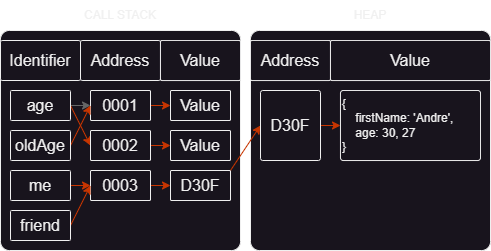
This is resources/images/javascript/primitive-reference-types.png from awcoetzer/awcoetzer.github.io, a draw.io export, as it was before one commit. Source tidied: cells renumbered, new cells last; positions are measured from the earlier drawing's top-left corner, leaving out a move shared by most shapes.
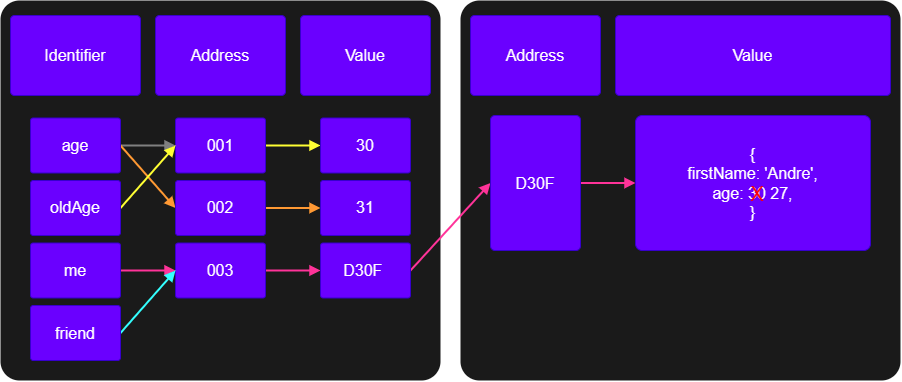
The same diagram one commit later.

What changed in the source:
```diff
@@ -2,98 +2,95 @@
   <root>
     <mxCell id="0" />
     <mxCell id="1" parent="0" />
-    <mxCell id="2" style="rounded=1;whiteSpace=wrap;html=1;arcSize=4;" parent="1" vertex="1">
-      <mxGeometry x="250" y="30" width="240" height="220" as="geometry" />
+    <mxCell id="2" style="rounded=1;whiteSpace=wrap;html=1;arcSize=5;strokeColor=none;fillColor=#1A1A1A;" parent="1" vertex="1">
+      <mxGeometry x="-1160" y="-50" width="440" height="380" as="geometry" />
     </mxCell>
-    <mxCell id="3" style="rounded=1;whiteSpace=wrap;html=1;arcSize=4;" parent="1" vertex="1">
-      <mxGeometry y="30" width="240" height="220" as="geometry" />
+    <mxCell id="3" style="rounded=1;whiteSpace=wrap;html=1;arcSize=5;strokeColor=none;fillColor=#1A1A1A;" parent="1" vertex="1">
+      <mxGeometry x="-700" y="-50" width="440" height="380" as="geometry" />
     </mxCell>
-    <mxCell id="4" value="&lt;font style=&quot;font-size: 16px;&quot;&gt;Identifier&lt;/font&gt;" style="rounded=1;whiteSpace=wrap;html=1;arcSize=4;" parent="1" vertex="1">
-      <mxGeometry y="40" width="80" height="40" as="geometry" />
+    <mxCell id="4" value="Identifier" style="rounded=1;whiteSpace=wrap;html=1;arcSize=5;strokeColor=#3700CC;fillColor=#6a00ff;fontColor=#ffffff;fontSize=16;" parent="1" vertex="1">
+      <mxGeometry x="-1150" y="-35" width="130" height="80" as="geometry" />
     </mxCell>
-    <mxCell id="5" value="&lt;font style=&quot;font-size: 16px;&quot;&gt;Address&lt;/font&gt;" style="rounded=1;whiteSpace=wrap;html=1;arcSize=4;" parent="1" vertex="1">
-      <mxGeometry x="80" y="40" width="80" height="40" as="geometry" />
+    <mxCell id="5" value="Address" style="rounded=1;whiteSpace=wrap;html=1;arcSize=5;strokeColor=#3700CC;fillColor=#6a00ff;fontColor=#ffffff;fontSize=16;" parent="1" vertex="1">
+      <mxGeometry x="-1005" y="-35" width="130" height="80" as="geometry" />
     </mxCell>
-    <mxCell id="6" value="&lt;font style=&quot;font-size: 16px;&quot;&gt;Value&lt;/font&gt;" style="rounded=1;whiteSpace=wrap;html=1;arcSize=4;" parent="1" vertex="1">
-      <mxGeometry x="160" y="40" width="80" height="40" as="geometry" />
+    <mxCell id="6" value="Value" style="rounded=1;whiteSpace=wrap;html=1;arcSize=5;strokeColor=#3700CC;fillColor=#6a00ff;fontColor=#ffffff;fontSize=16;" parent="1" vertex="1">
+      <mxGeometry x="-860" y="-35" width="130" height="80" as="geometry" />
     </mxCell>
-    <mxCell id="7" value="&lt;font style=&quot;font-size: 16px;&quot;&gt;Address&lt;/font&gt;" style="rounded=1;whiteSpace=wrap;html=1;arcSize=4;" parent="1" vertex="1">
-      <mxGeometry x="250" y="40" width="80" height="40" as="geometry" />
+    <mxCell id="7" value="Address" style="rounded=1;whiteSpace=wrap;html=1;arcSize=5;strokeColor=#3700CC;fillColor=#6a00ff;fontColor=#ffffff;fontSize=16;" parent="1" vertex="1">
+      <mxGeometry x="-690" y="-35" width="130" height="80" as="geometry" />
     </mxCell>
-    <mxCell id="8" value="&lt;font style=&quot;font-size: 16px;&quot;&gt;Value&lt;/font&gt;" style="rounded=1;whiteSpace=wrap;html=1;arcSize=4;" parent="1" vertex="1">
-      <mxGeometry x="330" y="40" width="160" height="40" as="geometry" />
+    <mxCell id="8" style="edgeStyle=orthogonalEdgeStyle;rounded=0;jettySize=auto;html=1;exitX=1;exitY=0.5;exitDx=0;exitDy=0;strokeWidth=2;fontSize=16;fontColor=#1A1A1A;startArrow=none;startFill=0;endArrow=block;endFill=1;strokeColor=#808080;" parent="1" edge="1" source="10" target="12">
+      <mxGeometry relative="1" as="geometry" />
     </mxCell>
-    <mxCell id="9" style="edgeStyle=none;rounded=0;jettySize=auto;html=1;exitX=1;exitY=0.5;exitDx=0;exitDy=0;entryX=0;entryY=0.5;entryDx=0;entryDy=0;fontSize=12;fillColor=#f5f5f5;strokeColor=#666666;" parent="1" edge="1" source="11" target="13">
+    <mxCell id="9" style="rounded=0;jettySize=auto;html=1;exitX=1;exitY=0.5;exitDx=0;exitDy=0;entryX=0;entryY=0.5;entryDx=0;entryDy=0;strokeColor=#FF9933;strokeWidth=2;fontSize=16;fontColor=#1A1A1A;startArrow=none;startFill=0;endArrow=block;endFill=1;" parent="1" edge="1" source="10" target="17">
       <mxGeometry relative="1" as="geometry" />
     </mxCell>
-    <mxCell id="10" style="edgeStyle=none;rounded=0;jettySize=auto;html=1;exitX=1;exitY=0.5;exitDx=0;exitDy=0;entryX=0;entryY=0.5;entryDx=0;entryDy=0;fontSize=12;fillColor=#fa6800;strokeColor=#C73500;" parent="1" edge="1" source="11" target="18">
-      <mxGeometry relative="1" as="geometry" />
+    <mxCell id="10" value="age" style="rounded=1;whiteSpace=wrap;html=1;arcSize=5;strokeColor=#3700CC;fillColor=#6a00ff;fontColor=#ffffff;fontSize=16;" parent="1" vertex="1">
+      <mxGeometry x="-1130" y="67.5" width="90" height="55" as="geometry" />
     </mxCell>
-    <mxCell id="11" value="&lt;font style=&quot;font-size: 16px;&quot;&gt;age&lt;/font&gt;" style="rounded=1;whiteSpace=wrap;html=1;arcSize=4;" parent="1" vertex="1">
-      <mxGeometry x="10" y="90" width="60" height="30" as="geometry" />
+    <mxCell id="11" style="edgeStyle=none;rounded=0;jettySize=auto;html=1;exitX=1;exitY=0.5;exitDx=0;exitDy=0;entryX=0;entryY=0.5;entryDx=0;entryDy=0;strokeColor=#FFFF33;strokeWidth=2;fontSize=16;fontColor=#1A1A1A;startArrow=none;startFill=0;endArrow=block;endFill=1;" parent="1" edge="1" source="12" target="13">
+      <mxGeometry relative="1" as="geometry" />
     </mxCell>
-    <mxCell id="12" style="edgeStyle=none;rounded=0;jettySize=auto;html=1;exitX=1;exitY=0.5;exitDx=0;exitDy=0;entryX=0;entryY=0.5;entryDx=0;entryDy=0;fontSize=12;fillColor=#fa6800;strokeColor=#C73500;" parent="1" edge="1" source="13" target="14">
-      <mxGeometry relative="1" as="geometry" />
+    <mxCell id="12" value="001" style="rounded=1;whiteSpace=wrap;html=1;arcSize=5;strokeColor=#3700CC;fillColor=#6a00ff;fontColor=#ffffff;fontSize=16;" parent="1" vertex="1">
+      <mxGeometry x="-985" y="67.5" width="90" height="55" as="geometry" />
     </mxCell>
-    <mxCell id="13" value="&lt;font style=&quot;font-size: 16px;&quot;&gt;0001&lt;/font&gt;" style="rounded=1;whiteSpace=wrap;html=1;arcSize=4;" parent="1" vertex="1">
-      <mxGeometry x="90" y="90" width="60" height="30" as="geometry" />
+    <mxCell id="13" value="30" style="rounded=1;whiteSpace=wrap;html=1;arcSize=5;strokeColor=#3700CC;fillColor=#6a00ff;fontColor=#ffffff;fontSize=16;" parent="1" vertex="1">
+      <mxGeometry x="-840" y="67.5" width="90" height="55" as="geometry" />
     </mxCell>
-    <mxCell id="14" value="&lt;font style=&quot;font-size: 16px;&quot;&gt;Value&lt;/font&gt;" style="rounded=1;whiteSpace=wrap;html=1;arcSize=4;" parent="1" vertex="1">
-      <mxGeometry x="170" y="90" width="60" height="30" as="geometry" />
+    <mxCell id="14" style="edgeStyle=none;rounded=0;jettySize=auto;html=1;exitX=1;exitY=0.5;exitDx=0;exitDy=0;entryX=0;entryY=0.5;entryDx=0;entryDy=0;strokeColor=#FFFF33;strokeWidth=2;fontSize=16;fontColor=#1A1A1A;startArrow=none;startFill=0;endArrow=block;endFill=1;" parent="1" edge="1" source="15" target="12">
+      <mxGeometry relative="1" as="geometry" />
     </mxCell>
-    <mxCell id="15" style="edgeStyle=none;rounded=0;jettySize=auto;html=1;exitX=1;exitY=0.5;exitDx=0;exitDy=0;entryX=0;entryY=0.5;entryDx=0;entryDy=0;fontSize=12;fillColor=#fa6800;strokeColor=#C73500;" parent="1" edge="1" source="16" target="13">
-      <mxGeometry relative="1" as="geometry" />
+    <mxCell id="15" value="oldAge" style="rounded=1;whiteSpace=wrap;html=1;arcSize=5;strokeColor=#3700CC;fillColor=#6a00ff;fontColor=#ffffff;fontSize=16;" parent="1" vertex="1">
+      <mxGeometry x="-1130" y="130" width="90" height="55" as="geometry" />
     </mxCell>
-    <mxCell id="16" value="&lt;font style=&quot;font-size: 16px;&quot;&gt;oldAge&lt;/font&gt;" style="rounded=1;whiteSpace=wrap;html=1;arcSize=4;" parent="1" vertex="1">
-      <mxGeometry x="10" y="130" width="60" height="30" as="geometry" />
+    <mxCell id="16" style="edgeStyle=none;rounded=0;jettySize=auto;html=1;exitX=1;exitY=0.5;exitDx=0;exitDy=0;entryX=0;entryY=0.5;entryDx=0;entryDy=0;strokeColor=#FF9933;strokeWidth=2;fontSize=16;fontColor=#1A1A1A;startArrow=none;startFill=0;endArrow=block;endFill=1;" parent="1" edge="1" source="17" target="18">
+      <mxGeometry relative="1" as="geometry" />
     </mxCell>
-    <mxCell id="17" style="edgeStyle=none;rounded=0;jettySize=auto;html=1;exitX=1;exitY=0.5;exitDx=0;exitDy=0;entryX=0;entryY=0.5;entryDx=0;entryDy=0;fontSize=12;fillColor=#fa6800;strokeColor=#C73500;" parent="1" edge="1" source="18" target="19">
-      <mxGeometry relative="1" as="geometry" />
+    <mxCell id="17" value="002" style="rounded=1;whiteSpace=wrap;html=1;arcSize=5;strokeColor=#3700CC;fillColor=#6a00ff;fontColor=#ffffff;fontSize=16;" parent="1" vertex="1">
+      <mxGeometry x="-985" y="130" width="90" height="55" as="geometry" />
     </mxCell>
-    <mxCell id="18" value="&lt;font style=&quot;font-size: 16px;&quot;&gt;0002&lt;/font&gt;" style="rounded=1;whiteSpace=wrap;html=1;arcSize=4;" parent="1" vertex="1">
-      <mxGeometry x="90" y="130" width="60" height="30" as="geometry" />
+    <mxCell id="18" value="31" style="rounded=1;whiteSpace=wrap;html=1;arcSize=5;strokeColor=#3700CC;fillColor=#6a00ff;fontColor=#ffffff;fontSize=16;" parent="1" vertex="1">
+      <mxGeometry x="-840" y="130" width="90" height="55" as="geometry" />
     </mxCell>
-    <mxCell id="19" value="&lt;font style=&quot;font-size: 16px;&quot;&gt;Value&lt;/font&gt;" style="rounded=1;whiteSpace=wrap;html=1;arcSize=4;" parent="1" vertex="1">
-      <mxGeometry x="170" y="130" width="60" height="30" as="geometry" />
+    <mxCell id="19" style="edgeStyle=none;rounded=0;jettySize=auto;html=1;exitX=1;exitY=0.5;exitDx=0;exitDy=0;entryX=0;entryY=0.5;entryDx=0;entryDy=0;strokeColor=#FF3399;strokeWidth=2;fontSize=16;fontColor=#1A1A1A;startArrow=none;startFill=0;endArrow=block;endFill=1;" parent="1" edge="1" source="20" target="22">
+      <mxGeometry relative="1" as="geometry" />
     </mxCell>
-    <mxCell id="20" style="edgeStyle=orthogonalEdgeStyle;rounded=0;jettySize=auto;html=1;exitX=1;exitY=0.5;exitDx=0;exitDy=0;entryX=0;entryY=0.5;entryDx=0;entryDy=0;fontSize=12;fillColor=#fa6800;strokeColor=#C73500;" parent="1" edge="1" source="21" target="23">
-      <mxGeometry relative="1" as="geometry" />
+    <mxCell id="20" value="me" style="rounded=1;whiteSpace=wrap;html=1;arcSize=5;strokeColor=#3700CC;fillColor=#6a00ff;fontColor=#ffffff;fontSize=16;" parent="1" vertex="1">
+      <mxGeometry x="-1130" y="192.5" width="90" height="55" as="geometry" />
     </mxCell>
-    <mxCell id="21" value="&lt;font style=&quot;font-size: 16px;&quot;&gt;me&lt;/font&gt;" style="rounded=1;whiteSpace=wrap;html=1;arcSize=4;" parent="1" vertex="1">
-      <mxGeometry x="10" y="170" width="60" height="30" as="geometry" />
+    <mxCell id="21" style="edgeStyle=none;rounded=0;jettySize=auto;html=1;exitX=1;exitY=0.5;exitDx=0;exitDy=0;entryX=0;entryY=0.5;entryDx=0;entryDy=0;strokeColor=#FF3399;strokeWidth=2;fontSize=16;fontColor=#1A1A1A;startArrow=none;startFill=0;endArrow=block;endFill=1;" parent="1" edge="1" source="22" target="24">
+      <mxGeometry relative="1" as="geometry" />
     </mxCell>
-    <mxCell id="22" style="edgeStyle=orthogonalEdgeStyle;rounded=0;jettySize=auto;html=1;exitX=1;exitY=0.5;exitDx=0;exitDy=0;entryX=0;entryY=0.5;entryDx=0;entryDy=0;fontSize=12;fillColor=#fa6800;strokeColor=#C73500;" parent="1" edge="1" source="23" target="25">
-      <mxGeometry relative="1" as="geometry" />
+    <mxCell id="22" value="003" style="rounded=1;whiteSpace=wrap;html=1;arcSize=5;strokeColor=#3700CC;fillColor=#6a00ff;fontColor=#ffffff;fontSize=16;" parent="1" vertex="1">
+      <mxGeometry x="-985" y="192.5" width="90" height="55" as="geometry" />
     </mxCell>
-    <mxCell id="23" value="&lt;font style=&quot;font-size: 16px;&quot;&gt;0003&lt;/font&gt;" style="rounded=1;whiteSpace=wrap;html=1;arcSize=4;" parent="1" vertex="1">
-      <mxGeometry x="90" y="170" width="60" height="30" as="geometry" />
+    <mxCell id="23" style="edgeStyle=none;rounded=0;jettySize=auto;html=1;exitX=1;exitY=0.5;exitDx=0;exitDy=0;entryX=0;entryY=0.5;entryDx=0;entryDy=0;strokeColor=#FF3399;strokeWidth=2;fontSize=16;fontColor=#1A1A1A;startArrow=none;startFill=0;endArrow=block;endFill=1;" parent="1" edge="1" source="24" target="29">
+      <mxGeometry relative="1" as="geometry" />
     </mxCell>
-    <mxCell id="24" style="rounded=0;jettySize=auto;html=1;exitX=1;exitY=0;exitDx=0;exitDy=0;entryX=0;entryY=0.5;entryDx=0;entryDy=0;fontSize=12;fillColor=#fa6800;strokeColor=#C73500;" parent="1" edge="1" source="25" target="29">
-      <mxGeometry relative="1" as="geometry" />
+    <mxCell id="24" value="D30F&amp;nbsp;" style="rounded=1;whiteSpace=wrap;html=1;arcSize=5;strokeColor=#3700CC;fillColor=#6a00ff;fontColor=#ffffff;fontSize=16;" parent="1" vertex="1">
+      <mxGeometry x="-840" y="192.5" width="90" height="55" as="geometry" />
     </mxCell>
-    <mxCell id="25" value="&lt;font style=&quot;font-size: 16px;&quot;&gt;D30F&lt;/font&gt;" style="rounded=1;whiteSpace=wrap;html=1;arcSize=4;" parent="1" vertex="1">
-      <mxGeometry x="170" y="170" width="60" height="30" as="geometry" />
+    <mxCell id="25" style="edgeStyle=none;rounded=0;jettySize=auto;html=1;exitX=1;exitY=0.5;exitDx=0;exitDy=0;entryX=0;entryY=0.5;entryDx=0;entryDy=0;strokeColor=#33FFFF;strokeWidth=2;fontSize=16;fontColor=#1A1A1A;startArrow=none;startFill=0;endArrow=block;endFill=1;" parent="1" edge="1" source="26" target="22">
+      <mxGeometry relative="1" as="geometry" />
     </mxCell>
-    <mxCell id="26" style="edgeStyle=none;rounded=0;jettySize=auto;html=1;exitX=1;exitY=0.5;exitDx=0;exitDy=0;entryX=0;entryY=0.5;entryDx=0;entryDy=0;fontSize=12;fillColor=#fa6800;strokeColor=#C73500;" parent="1" edge="1" source="27" target="23">
-      <mxGeometry relative="1" as="geometry" />
+    <mxCell id="26" value="friend" style="rounded=1;whiteSpace=wrap;html=1;arcSize=5;strokeColor=#3700CC;fillColor=#6a00ff;fontColor=#ffffff;fontSize=16;" parent="1" vertex="1">
+      <mxGeometry x="-1130" y="255" width="90" height="55" as="geometry" />
     </mxCell>
-    <mxCell id="27" value="&lt;font style=&quot;font-size: 16px;&quot;&gt;friend&lt;/font&gt;" style="rounded=1;whiteSpace=wrap;html=1;arcSize=4;" parent="1" vertex="1">
-      <mxGeometry x="10" y="210" width="60" height="30" as="geometry" />
+    <mxCell id="27" value="Value" style="rounded=1;whiteSpace=wrap;html=1;arcSize=5;strokeColor=#3700CC;fillColor=#6a00ff;fontColor=#ffffff;fontSize=16;" parent="1" vertex="1">
+      <mxGeometry x="-545" y="-35" width="275" height="80" as="geometry" />
     </mxCell>
-    <mxCell id="28" style="edgeStyle=none;rounded=0;jettySize=auto;html=1;exitX=1;exitY=0.5;exitDx=0;exitDy=0;entryX=0;entryY=0.5;entryDx=0;entryDy=0;fontSize=12;fillColor=#fa6800;strokeColor=#C73500;" parent="1" edge="1" source="29" target="30">
+    <mxCell id="28" style="edgeStyle=none;rounded=0;jettySize=auto;html=1;exitX=1;exitY=0.5;exitDx=0;exitDy=0;entryX=0;entryY=0.5;entryDx=0;entryDy=0;strokeColor=#FF3399;strokeWidth=2;fontSize=16;fontColor=#1A1A1A;startArrow=none;startFill=0;endArrow=block;endFill=1;" parent="1" edge="1" source="29" target="30">
       <mxGeometry relative="1" as="geometry" />
     </mxCell>
-    <mxCell id="29" value="&lt;font style=&quot;font-size: 16px;&quot;&gt;D30F&lt;/font&gt;" style="rounded=1;whiteSpace=wrap;html=1;arcSize=4;" parent="1" vertex="1">
-      <mxGeometry x="260" y="90" width="60" height="70" as="geometry" />
+    <mxCell id="29" value="D30F" style="rounded=1;whiteSpace=wrap;html=1;arcSize=5;strokeColor=#3700CC;fillColor=#6a00ff;fontColor=#ffffff;fontSize=16;" parent="1" vertex="1">
+      <mxGeometry x="-670" y="65" width="90" height="135" as="geometry" />
     </mxCell>
-    <mxCell id="30" value="&lt;font style=&quot;font-size: 12px;&quot;&gt;{&lt;br&gt;&amp;nbsp; &amp;nbsp; firstName: 'Andre',&lt;br&gt;&amp;nbsp; &amp;nbsp; age: 30, 27&lt;br&gt;}&lt;/font&gt;" style="rounded=1;whiteSpace=wrap;html=1;arcSize=4;align=left;" parent="1" vertex="1">
-      <mxGeometry x="340" y="90" width="140" height="70" as="geometry" />
+    <mxCell id="30" value="{&lt;br&gt;firstName: 'Andre',&lt;br&gt;age: 30 27,&lt;br&gt;}" style="rounded=1;whiteSpace=wrap;html=1;arcSize=5;strokeColor=#3700CC;fillColor=#6a00ff;fontColor=#ffffff;fontSize=16;" parent="1" vertex="1">
+      <mxGeometry x="-525" y="65" width="235" height="135" as="geometry" />
     </mxCell>
-    <mxCell id="31" value="CALL STACK" style="text;html=1;strokeColor=none;fillColor=none;align=center;verticalAlign=middle;whiteSpace=wrap;rounded=0;fontSize=12;" parent="1" vertex="1">
-      <mxGeometry width="240" height="30" as="geometry" />
+    <mxCell id="31" value="&lt;font style=&quot;font-size: 20px;&quot; color=&quot;#ff0000&quot;&gt;X&lt;/font&gt;" style="text;html=1;strokeColor=none;fillColor=none;align=center;verticalAlign=middle;whiteSpace=wrap;rounded=0;fontSize=16;fontColor=#1A1A1A;" parent="1" vertex="1">
+      <mxGeometry x="-414.5" y="134" width="22" height="18" as="geometry" />
     </mxCell>
-    <mxCell id="32" value="HEAP" style="text;html=1;strokeColor=none;fillColor=none;align=center;verticalAlign=middle;whiteSpace=wrap;rounded=0;fontSize=12;" parent="1" vertex="1">
-      <mxGeometry x="250" width="240" height="30" as="geometry" />
-    </mxCell>
   </root>
 </mxGraphModel>
```
